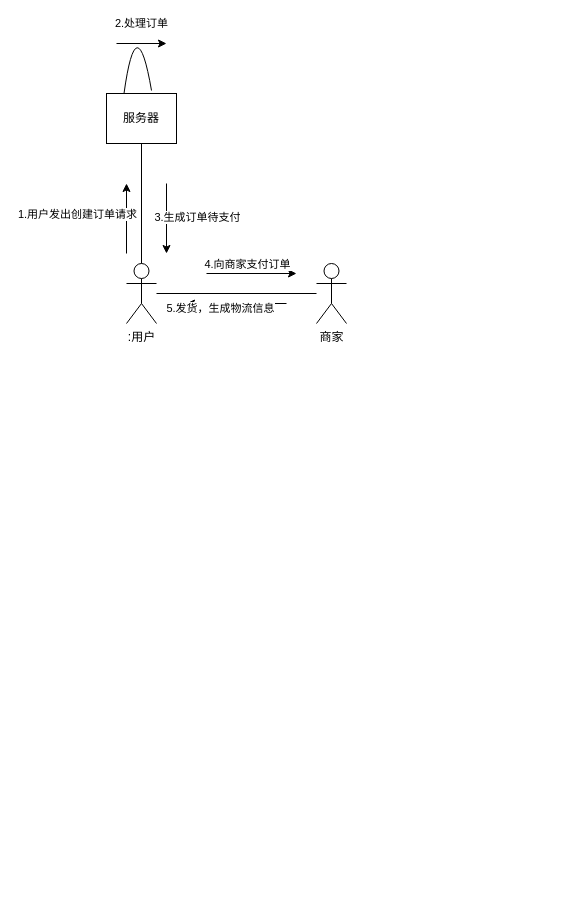
Above: UML作业.drawio in Gannju/remote-repo (draw.io), before the change. Source tidied: cells renumbered, new cells numbered last; positions are measured from the earlier drawing's top-left corner, leaving out a move shared by most shapes. Both pictures are drawn from the tidied source at 100%, with x=0, y=0 at pixel (106, 3).
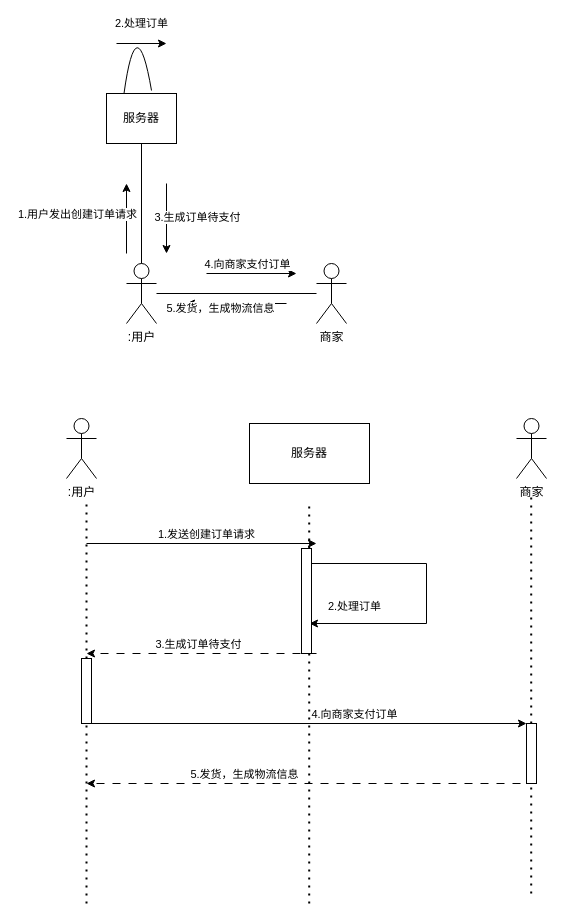
Above is the later version.

Diff of the diagram source:
```diff
@@
+    <mxCell id="18" value=":用户" style="shape=umlActor;verticalLabelPosition=bottom;verticalAlign=top;html=1;" parent="1" vertex="1">
+      <mxGeometry x="-40" y="415" width="30" height="60" as="geometry" />
+    </mxCell>
+    <mxCell id="19" value="商家" style="shape=umlActor;verticalLabelPosition=bottom;verticalAlign=top;html=1;" parent="1" vertex="1">
+      <mxGeometry x="410" y="415" width="30" height="60" as="geometry" />
+    </mxCell>
+    <mxCell id="20" value="服务器" style="rounded=0;whiteSpace=wrap;html=1;" parent="1" vertex="1">
+      <mxGeometry x="143" y="420" width="120" height="60" as="geometry" />
+    </mxCell>
+    <mxCell id="21" style="endArrow=none;dashed=1;html=1;dashPattern=1 3;strokeWidth=2;rounded=0;" parent="1" edge="1" source="37">
+      <mxGeometry relative="1" as="geometry">
+        <mxPoint x="-20" y="500" as="targetPoint" />
+      </mxGeometry>
+    </mxCell>
+    <mxCell id="22" style="endArrow=none;dashed=1;html=1;dashPattern=1 3;strokeWidth=2;rounded=0;" parent="1" edge="1" source="35">
+      <mxGeometry relative="1" as="geometry">
+        <mxPoint x="202.7" y="500" as="targetPoint" />
+      </mxGeometry>
+    </mxCell>
+    <mxCell id="23" style="endArrow=none;dashed=1;html=1;dashPattern=1 3;strokeWidth=2;rounded=0;" parent="1" edge="1" source="39">
+      <mxGeometry relative="1" as="geometry">
+        <mxPoint x="424.7" y="490" as="targetPoint" />
+      </mxGeometry>
+    </mxCell>
+    <mxCell id="24" style="endArrow=classic;html=1;rounded=0;" parent="1" edge="1">
+      <mxGeometry relative="1" as="geometry">
+        <mxPoint x="-20" y="540" as="sourcePoint" />
+        <mxPoint x="210" y="540" as="targetPoint" />
+      </mxGeometry>
+    </mxCell>
+    <mxCell id="25" value="1.发送创建订单请求" style="edgeLabel;html=1;align=center;verticalAlign=middle;" parent="24" vertex="1">
+      <mxGeometry x="0.41" y="-4" relative="1" as="geometry">
+        <mxPoint x="-43" y="-14" as="offset" />
+      </mxGeometry>
+    </mxCell>
+    <mxCell id="26" style="endArrow=classic;html=1;rounded=0;" parent="1" edge="1">
+      <mxGeometry relative="1" as="geometry">
+        <mxPoint x="203" y="560" as="sourcePoint" />
+        <mxPoint x="203" y="620" as="targetPoint" />
+        <Array as="points">
+          <mxPoint x="320" y="560" />
+          <mxPoint x="320" y="620" />
+        </Array>
+      </mxGeometry>
+    </mxCell>
+    <mxCell id="27" value="2.处理订单" style="edgeLabel;html=1;align=center;verticalAlign=middle;" parent="26" vertex="1">
+      <mxGeometry x="0.41" y="-4" relative="1" as="geometry">
+        <mxPoint x="-43" y="-14" as="offset" />
+      </mxGeometry>
+    </mxCell>
+    <mxCell id="28" style="endArrow=classic;html=1;rounded=0;dashed=1;dashPattern=8 8;" parent="1" edge="1">
+      <mxGeometry relative="1" as="geometry">
+        <mxPoint x="210" y="650" as="sourcePoint" />
+        <mxPoint x="-20" y="650" as="targetPoint" />
+      </mxGeometry>
+    </mxCell>
+    <mxCell id="29" value="3.生成订单待支付" style="edgeLabel;html=1;align=center;verticalAlign=middle;" parent="28" vertex="1">
+      <mxGeometry x="0.58" y="3" relative="1" as="geometry">
+        <mxPoint x="63" y="-13" as="offset" />
+      </mxGeometry>
+    </mxCell>
+    <mxCell id="30" style="endArrow=classic;html=1;rounded=0;" parent="1" edge="1">
+      <mxGeometry relative="1" as="geometry">
+        <mxPoint x="-20" y="720" as="sourcePoint" />
+        <mxPoint x="420" y="720" as="targetPoint" />
+      </mxGeometry>
+    </mxCell>
+    <mxCell id="31" value="4.向商家支付订单" style="edgeLabel;html=1;align=center;verticalAlign=middle;" parent="30" vertex="1">
+      <mxGeometry x="0.41" y="-4" relative="1" as="geometry">
+        <mxPoint x="-43" y="-14" as="offset" />
+      </mxGeometry>
+    </mxCell>
+    <mxCell id="32" style="endArrow=classic;html=1;rounded=0;dashed=1;dashPattern=8 8;" parent="1" edge="1">
+      <mxGeometry relative="1" as="geometry">
+        <mxPoint x="430" y="780" as="sourcePoint" />
+        <mxPoint x="-20" y="780" as="targetPoint" />
+      </mxGeometry>
+    </mxCell>
+    <mxCell id="33" value="5.发货，生成物流信息" style="edgeLabel;html=1;align=center;verticalAlign=middle;" parent="32" vertex="1">
+      <mxGeometry x="0.58" y="3" relative="1" as="geometry">
+        <mxPoint x="63" y="-13" as="offset" />
+      </mxGeometry>
+    </mxCell>
+    <mxCell id="34" style="endArrow=none;dashed=1;html=1;dashPattern=1 3;strokeWidth=2;rounded=0;" parent="1" edge="1" target="35">
+      <mxGeometry relative="1" as="geometry">
+        <mxPoint x="202.7" y="900" as="sourcePoint" />
+      </mxGeometry>
+    </mxCell>
+    <mxCell id="35" style="html=1;points=[[0,0,0,0,5],[0,1,0,0,-5],[1,0,0,0,5],[1,1,0,0,-5]];perimeter=orthogonalPerimeter;outlineConnect=0;targetShapes=umlLifeline;portConstraint=eastwest;newEdgeStyle={&quot;curved&quot;:0,&quot;rounded&quot;:0};" parent="1" vertex="1">
+      <mxGeometry x="195" y="545" width="10" height="105" as="geometry" />
+    </mxCell>
+    <mxCell id="36" style="endArrow=none;dashed=1;html=1;dashPattern=1 3;strokeWidth=2;rounded=0;" parent="1" edge="1" target="37">
+      <mxGeometry relative="1" as="geometry">
+        <mxPoint x="-20" y="900" as="sourcePoint" />
+      </mxGeometry>
+    </mxCell>
+    <mxCell id="37" style="html=1;points=[[0,0,0,0,5],[0,1,0,0,-5],[1,0,0,0,5],[1,1,0,0,-5]];perimeter=orthogonalPerimeter;outlineConnect=0;targetShapes=umlLifeline;portConstraint=eastwest;newEdgeStyle={&quot;curved&quot;:0,&quot;rounded&quot;:0};" parent="1" vertex="1">
+      <mxGeometry x="-25" y="655" width="10" height="65" as="geometry" />
+    </mxCell>
+    <mxCell id="38" style="endArrow=none;dashed=1;html=1;dashPattern=1 3;strokeWidth=2;rounded=0;" parent="1" edge="1" target="39">
+      <mxGeometry relative="1" as="geometry">
+        <mxPoint x="424.7" y="890" as="sourcePoint" />
+      </mxGeometry>
+    </mxCell>
+    <mxCell id="39" style="html=1;points=[[0,0,0,0,5],[0,1,0,0,-5],[1,0,0,0,5],[1,1,0,0,-5]];perimeter=orthogonalPerimeter;outlineConnect=0;targetShapes=umlLifeline;portConstraint=eastwest;newEdgeStyle={&quot;curved&quot;:0,&quot;rounded&quot;:0};" parent="1" vertex="1">
+      <mxGeometry x="420" y="720" width="10" height="60" as="geometry" />
+    </mxCell>
```
